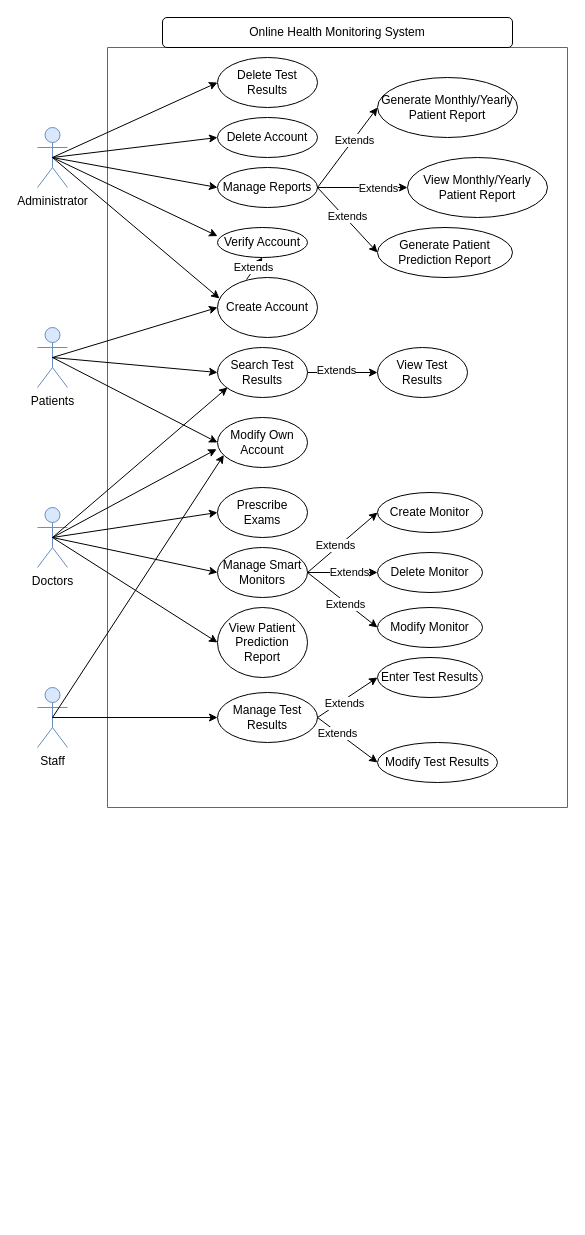
Earlier version of the draw.io diagram use-case.drawio (IndecentTulip/Online-Health-Monitoring-System). Source tidied: cells renumbered, new cells numbered last; positions are measured from the earlier drawing's top-left corner, leaving out a move shared by most shapes. Both pictures are drawn from the tidied source at 100%, with x=0, y=0 at pixel (37, 17).
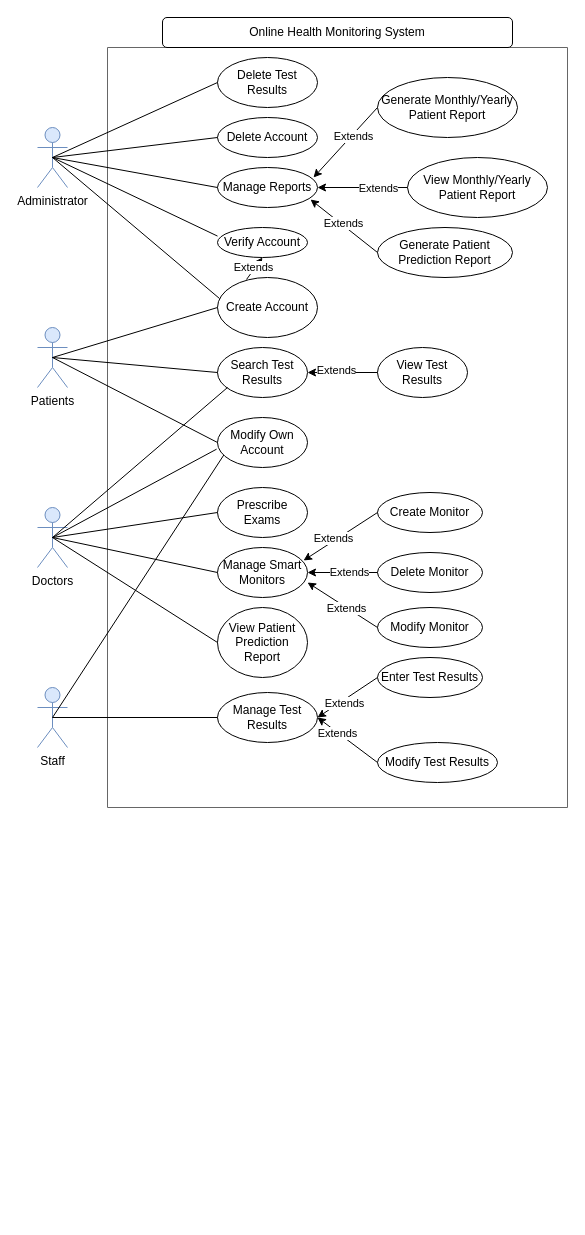
The same diagram, later.

Commit message:
Fixed lines and arrows

Unchanged cells that the change refers to:
```xml
<mxCell id="2" value="Doctors" style="shape=umlActor;verticalLabelPosition=bottom;verticalAlign=top;html=1;outlineConnect=0;fillColor=#dae8fc;strokeColor=#6c8ebf;" parent="1" vertex="1">
  <mxGeometry y="490" width="30" height="60" as="geometry" />
</mxCell>
<mxCell id="3" value="Administrator" style="shape=umlActor;verticalLabelPosition=bottom;verticalAlign=top;html=1;outlineConnect=0;fillColor=#dae8fc;strokeColor=#6c8ebf;" parent="1" vertex="1">
  <mxGeometry y="110" width="30" height="60" as="geometry" />
</mxCell>
<mxCell id="4" value="Staff" style="shape=umlActor;verticalLabelPosition=bottom;verticalAlign=top;html=1;outlineConnect=0;fillColor=#dae8fc;strokeColor=#6c8ebf;" parent="1" vertex="1">
  <mxGeometry y="670" width="30" height="60" as="geometry" />
</mxCell>
<mxCell id="5" value="Patients" style="shape=umlActor;verticalLabelPosition=bottom;verticalAlign=top;html=1;outlineConnect=0;fillColor=#dae8fc;strokeColor=#6c8ebf;" parent="1" vertex="1">
  <mxGeometry y="310" width="30" height="60" as="geometry" />
</mxCell>
<mxCell id="6" style="swimlane;startSize=0;fillColor=#f5f5f5;fontColor=#333333;strokeColor=#666666;" parent="1" vertex="1">
  <mxGeometry x="70" y="30" width="460" height="760" as="geometry" />
</mxCell>
<mxCell id="7" value="Verify Account" style="ellipse;whiteSpace=wrap;html=1;" parent="6" vertex="1">
  <mxGeometry x="110" y="180" width="90" height="30" as="geometry" />
</mxCell>
<mxCell id="8" value="Delete Account" style="ellipse;whiteSpace=wrap;html=1;" parent="6" vertex="1">
  <mxGeometry x="110" y="70" width="100" height="40" as="geometry" />
</mxCell>
<mxCell id="9" value="Create Account" style="ellipse;whiteSpace=wrap;html=1;" parent="6" vertex="1">
  <mxGeometry x="110" y="230" width="100" height="60" as="geometry" />
</mxCell>
<mxCell id="12" value="Modify Own Account" style="ellipse;whiteSpace=wrap;html=1;" parent="6" vertex="1">
  <mxGeometry x="110" y="370" width="90" height="50" as="geometry" />
</mxCell>
<mxCell id="13" value="Prescribe Exams" style="ellipse;whiteSpace=wrap;html=1;" parent="6" vertex="1">
  <mxGeometry x="110" y="440" width="90" height="50" as="geometry" />
</mxCell>
<mxCell id="14" value="Enter Test Results" style="ellipse;whiteSpace=wrap;html=1;" parent="6" vertex="1">
  <mxGeometry x="270" y="610" width="105" height="40" as="geometry" />
</mxCell>
<mxCell id="15" value="Delete Test Results" style="ellipse;whiteSpace=wrap;html=1;" parent="6" vertex="1">
  <mxGeometry x="110" y="10" width="100" height="50" as="geometry" />
</mxCell>
<mxCell id="16" value="Modify Test Results" style="ellipse;whiteSpace=wrap;html=1;" parent="6" vertex="1">
  <mxGeometry x="270" y="695" width="120" height="40" as="geometry" />
</mxCell>
<mxCell id="17" value="Search Test Results" style="ellipse;whiteSpace=wrap;html=1;" parent="6" vertex="1">
  <mxGeometry x="110" y="300" width="90" height="50" as="geometry" />
</mxCell>
<mxCell id="18" value="View Test Results" style="ellipse;whiteSpace=wrap;html=1;" parent="6" vertex="1">
  <mxGeometry x="270" y="300" width="90" height="50" as="geometry" />
</mxCell>
<mxCell id="21" value="Manage Smart Monitors" style="ellipse;whiteSpace=wrap;html=1;" parent="6" vertex="1">
  <mxGeometry x="110" y="500" width="90" height="50" as="geometry" />
</mxCell>
<mxCell id="22" value="Delete Monitor" style="ellipse;whiteSpace=wrap;html=1;" parent="6" vertex="1">
  <mxGeometry x="270" y="505" width="105" height="40" as="geometry" />
</mxCell>
<mxCell id="23" value="Modify Monitor" style="ellipse;whiteSpace=wrap;html=1;" parent="6" vertex="1">
  <mxGeometry x="270" y="560" width="105" height="40" as="geometry" />
</mxCell>
<mxCell id="28" value="Manage Reports" style="ellipse;whiteSpace=wrap;html=1;" parent="6" vertex="1">
  <mxGeometry x="110" y="120" width="100" height="40" as="geometry" />
</mxCell>
<mxCell id="29" value="Generate Monthly/Yearly Patient Report" style="ellipse;whiteSpace=wrap;html=1;" parent="6" vertex="1">
  <mxGeometry x="270" y="30" width="140" height="60" as="geometry" />
</mxCell>
<mxCell id="30" value="View Monthly/Yearly Patient Report" style="ellipse;whiteSpace=wrap;html=1;" parent="6" vertex="1">
  <mxGeometry x="300" y="110" width="140" height="60" as="geometry" />
</mxCell>
<mxCell id="31" value="Generate Patient Prediction Report" style="ellipse;whiteSpace=wrap;html=1;" parent="6" vertex="1">
  <mxGeometry x="270" y="180" width="135" height="50" as="geometry" />
</mxCell>
<mxCell id="38" value="View Patient Prediction Report" style="ellipse;whiteSpace=wrap;html=1;" parent="6" vertex="1">
  <mxGeometry x="110" y="560" width="90" height="70" as="geometry" />
</mxCell>
<mxCell id="39" value="Create Monitor" style="ellipse;whiteSpace=wrap;html=1;" parent="6" vertex="1">
  <mxGeometry x="270" y="445" width="105" height="40" as="geometry" />
</mxCell>
<mxCell id="42" value="Manage Test Results" style="ellipse;whiteSpace=wrap;html=1;" parent="6" vertex="1">
  <mxGeometry x="110" y="645" width="100" height="50" as="geometry" />
</mxCell>
```

Change to the diagram source:
```diff
@@
-    <mxCell id="19" style="endArrow=classic;html=1;rounded=0;entryX=0;entryY=0.5;entryDx=0;entryDy=0;exitX=1;exitY=0.5;exitDx=0;exitDy=0;" parent="6" edge="1" source="17" target="18">
+    <mxCell id="19" style="endArrow=none;html=1;rounded=0;entryX=0;entryY=0.5;entryDx=0;entryDy=0;exitX=1;exitY=0.5;exitDx=0;exitDy=0;startArrow=classic;startFill=1;endFill=0;" parent="6" edge="1" source="17" target="18">
       <mxGeometry relative="1" as="geometry" />
     </mxCell>
@@
-    <mxCell id="24" style="endArrow=classic;html=1;rounded=0;exitX=1;exitY=0.5;exitDx=0;exitDy=0;entryX=0;entryY=0.5;entryDx=0;entryDy=0;" parent="6" edge="1" source="21" target="22">
+    <mxCell id="24" style="endArrow=none;html=1;rounded=0;exitX=1;exitY=0.5;exitDx=0;exitDy=0;entryX=0;entryY=0.5;entryDx=0;entryDy=0;startArrow=classic;startFill=1;endFill=0;" parent="6" edge="1" source="21" target="22">
       <mxGeometry relative="1" as="geometry" />
     </mxCell>
@@
-    <mxCell id="26" style="endArrow=classic;html=1;rounded=0;exitX=1;exitY=0.5;exitDx=0;exitDy=0;entryX=0;entryY=0.5;entryDx=0;entryDy=0;" parent="6" edge="1" source="21" target="23">
+    <mxCell id="26" style="endArrow=none;html=1;rounded=0;exitX=1;exitY=0.7;exitDx=0;exitDy=0;entryX=0;entryY=0.5;entryDx=0;entryDy=0;startArrow=classic;startFill=1;endFill=0;exitPerimeter=0;" parent="6" edge="1" source="21" target="23">
       <mxGeometry relative="1" as="geometry" />
     </mxCell>
@@
-    <mxCell id="32" style="endArrow=classic;html=1;rounded=0;entryX=0;entryY=0.5;entryDx=0;entryDy=0;exitX=1;exitY=0.5;exitDx=0;exitDy=0;" parent="6" edge="1" source="28" target="31">
+    <mxCell id="32" style="endArrow=none;html=1;rounded=0;entryX=0;entryY=0.5;entryDx=0;entryDy=0;exitX=0.93;exitY=0.8;exitDx=0;exitDy=0;startArrow=classic;startFill=1;endFill=0;exitPerimeter=0;" parent="6" edge="1" source="28" target="31">
       <mxGeometry relative="1" as="geometry" />
     </mxCell>
@@
-    <mxCell id="34" style="endArrow=classic;html=1;rounded=0;entryX=0;entryY=0.5;entryDx=0;entryDy=0;exitX=1;exitY=0.5;exitDx=0;exitDy=0;" parent="6" edge="1" source="28" target="29">
+    <mxCell id="34" style="endArrow=none;html=1;rounded=0;entryX=0;entryY=0.5;entryDx=0;entryDy=0;exitX=0.96;exitY=0.25;exitDx=0;exitDy=0;startArrow=classic;startFill=1;endFill=0;exitPerimeter=0;" parent="6" edge="1" source="28" target="29">
       <mxGeometry relative="1" as="geometry" />
     </mxCell>
@@
-    <mxCell id="36" style="endArrow=classic;html=1;rounded=0;entryX=0;entryY=0.5;entryDx=0;entryDy=0;exitX=1;exitY=0.5;exitDx=0;exitDy=0;" parent="6" edge="1" source="28" target="30">
+    <mxCell id="36" style="endArrow=none;html=1;rounded=0;entryX=0;entryY=0.5;entryDx=0;entryDy=0;exitX=1;exitY=0.5;exitDx=0;exitDy=0;startArrow=classic;startFill=1;endFill=0;" parent="6" edge="1" source="28" target="30">
       <mxGeometry relative="1" as="geometry" />
     </mxCell>
@@
-    <mxCell id="40" style="endArrow=classic;html=1;rounded=0;exitX=1;exitY=0.5;exitDx=0;exitDy=0;entryX=0;entryY=0.5;entryDx=0;entryDy=0;" parent="6" edge="1" source="21" target="39">
+    <mxCell id="40" style="endArrow=none;html=1;rounded=0;exitX=0.956;exitY=0.26;exitDx=0;exitDy=0;entryX=0;entryY=0.5;entryDx=0;entryDy=0;startArrow=classic;startFill=1;endFill=0;exitPerimeter=0;" parent="6" edge="1" source="21" target="39">
       <mxGeometry relative="1" as="geometry" />
     </mxCell>
@@
-    <mxCell id="43" style="endArrow=classic;html=1;rounded=0;entryX=0;entryY=0.5;entryDx=0;entryDy=0;exitX=1;exitY=0.5;exitDx=0;exitDy=0;" parent="6" edge="1" source="42" target="16">
+    <mxCell id="43" style="endArrow=none;html=1;rounded=0;entryX=0;entryY=0.5;entryDx=0;entryDy=0;exitX=1;exitY=0.5;exitDx=0;exitDy=0;startArrow=classic;startFill=1;endFill=0;" parent="6" edge="1" source="42" target="16">
       <mxGeometry relative="1" as="geometry" />
     </mxCell>
@@
-    <mxCell id="45" style="endArrow=classic;html=1;rounded=0;exitX=1;exitY=0.5;exitDx=0;exitDy=0;entryX=0;entryY=0.5;entryDx=0;entryDy=0;" parent="6" edge="1" source="42" target="14">
+    <mxCell id="45" style="endArrow=none;html=1;rounded=0;exitX=1;exitY=0.5;exitDx=0;exitDy=0;entryX=0;entryY=0.5;entryDx=0;entryDy=0;startArrow=classic;startFill=1;endFill=0;" parent="6" edge="1" source="42" target="14">
       <mxGeometry relative="1" as="geometry" />
     </mxCell>
@@
-    <mxCell id="48" style="endArrow=classic;html=1;rounded=0;entryX=0;entryY=0.5;entryDx=0;entryDy=0;exitX=0.5;exitY=0.5;exitDx=0;exitDy=0;exitPerimeter=0;" parent="1" edge="1" source="5" target="9">
+    <mxCell id="48" style="endArrow=none;html=1;rounded=0;entryX=0;entryY=0.5;entryDx=0;entryDy=0;exitX=0.5;exitY=0.5;exitDx=0;exitDy=0;exitPerimeter=0;strokeColor=default;endFill=0;" parent="1" edge="1" source="5" target="9">
       <mxGeometry relative="1" as="geometry" />
     </mxCell>
-    <mxCell id="49" style="endArrow=classic;html=1;rounded=0;exitX=0.5;exitY=0.5;exitDx=0;exitDy=0;exitPerimeter=0;entryX=0;entryY=0.5;entryDx=0;entryDy=0;" parent="1" edge="1" source="3" target="8">
+    <mxCell id="49" style="endArrow=none;html=1;rounded=0;exitX=0.5;exitY=0.5;exitDx=0;exitDy=0;exitPerimeter=0;entryX=0;entryY=0.5;entryDx=0;entryDy=0;strokeColor=default;endFill=0;" parent="1" edge="1" source="3" target="8">
       <mxGeometry relative="1" as="geometry" />
     </mxCell>
-    <mxCell id="50" style="endArrow=classic;html=1;rounded=0;exitX=0.5;exitY=0.5;exitDx=0;exitDy=0;exitPerimeter=0;entryX=0.02;entryY=0.35;entryDx=0;entryDy=0;entryPerimeter=0;" parent="1" edge="1" source="3" target="9">
+    <mxCell id="50" style="endArrow=none;html=1;rounded=0;exitX=0.5;exitY=0.5;exitDx=0;exitDy=0;exitPerimeter=0;entryX=0.02;entryY=0.35;entryDx=0;entryDy=0;entryPerimeter=0;strokeColor=default;endFill=0;" parent="1" edge="1" source="3" target="9">
       <mxGeometry relative="1" as="geometry" />
     </mxCell>
-    <mxCell id="51" style="endArrow=classic;html=1;rounded=0;exitX=0.5;exitY=0.5;exitDx=0;exitDy=0;exitPerimeter=0;entryX=0;entryY=0.286;entryDx=0;entryDy=0;entryPerimeter=0;" parent="1" edge="1" source="3" target="7">
+    <mxCell id="51" style="endArrow=none;html=1;rounded=0;exitX=0.5;exitY=0.5;exitDx=0;exitDy=0;exitPerimeter=0;entryX=0;entryY=0.286;entryDx=0;entryDy=0;entryPerimeter=0;strokeColor=default;endFill=0;" parent="1" edge="1" source="3" target="7">
       <mxGeometry relative="1" as="geometry" />
     </mxCell>
-    <mxCell id="52" style="endArrow=classic;html=1;rounded=0;exitX=0.5;exitY=0.5;exitDx=0;exitDy=0;exitPerimeter=0;entryX=0;entryY=0.5;entryDx=0;entryDy=0;" parent="1" edge="1" source="5" target="12">
+    <mxCell id="52" style="endArrow=none;html=1;rounded=0;exitX=0.5;exitY=0.5;exitDx=0;exitDy=0;exitPerimeter=0;entryX=0;entryY=0.5;entryDx=0;entryDy=0;strokeColor=default;endFill=0;" parent="1" edge="1" source="5" target="12">
       <mxGeometry relative="1" as="geometry" />
     </mxCell>
-    <mxCell id="53" style="endArrow=classic;html=1;rounded=0;exitX=0.5;exitY=0.5;exitDx=0;exitDy=0;exitPerimeter=0;entryX=0.07;entryY=0.75;entryDx=0;entryDy=0;entryPerimeter=0;" parent="1" edge="1" source="4" target="12">
+    <mxCell id="53" style="endArrow=none;html=1;rounded=0;exitX=0.5;exitY=0.5;exitDx=0;exitDy=0;exitPerimeter=0;entryX=0.07;entryY=0.75;entryDx=0;entryDy=0;entryPerimeter=0;strokeColor=default;endFill=0;" parent="1" edge="1" source="4" target="12">
       <mxGeometry relative="1" as="geometry" />
     </mxCell>
-    <mxCell id="54" style="endArrow=classic;html=1;rounded=0;exitX=0.5;exitY=0.5;exitDx=0;exitDy=0;exitPerimeter=0;entryX=-0.01;entryY=0.633;entryDx=0;entryDy=0;entryPerimeter=0;" parent="1" edge="1" source="2" target="12">
+    <mxCell id="54" style="endArrow=none;html=1;rounded=0;exitX=0.5;exitY=0.5;exitDx=0;exitDy=0;exitPerimeter=0;entryX=-0.01;entryY=0.633;entryDx=0;entryDy=0;entryPerimeter=0;strokeColor=default;endFill=0;" parent="1" edge="1" source="2" target="12">
       <mxGeometry relative="1" as="geometry" />
     </mxCell>
-    <mxCell id="55" style="endArrow=classic;html=1;rounded=0;exitX=0.5;exitY=0.5;exitDx=0;exitDy=0;exitPerimeter=0;entryX=0;entryY=0.5;entryDx=0;entryDy=0;" parent="1" edge="1" source="2" target="13">
+    <mxCell id="55" style="endArrow=none;html=1;rounded=0;exitX=0.5;exitY=0.5;exitDx=0;exitDy=0;exitPerimeter=0;entryX=0;entryY=0.5;entryDx=0;entryDy=0;strokeColor=default;endFill=0;" parent="1" edge="1" source="2" target="13">
       <mxGeometry relative="1" as="geometry" />
     </mxCell>
-    <mxCell id="56" style="endArrow=classic;html=1;rounded=0;exitX=0.5;exitY=0.5;exitDx=0;exitDy=0;exitPerimeter=0;entryX=0;entryY=0.5;entryDx=0;entryDy=0;" parent="1" edge="1" source="3" target="15">
+    <mxCell id="56" style="endArrow=none;html=1;rounded=0;exitX=0.5;exitY=0.5;exitDx=0;exitDy=0;exitPerimeter=0;entryX=0;entryY=0.5;entryDx=0;entryDy=0;strokeColor=default;endFill=0;" parent="1" edge="1" source="3" target="15">
       <mxGeometry relative="1" as="geometry" />
     </mxCell>
-    <mxCell id="57" style="endArrow=classic;html=1;rounded=0;entryX=0;entryY=0.5;entryDx=0;entryDy=0;exitX=0.5;exitY=0.5;exitDx=0;exitDy=0;exitPerimeter=0;" parent="1" edge="1" source="5" target="17">
+    <mxCell id="57" style="endArrow=none;html=1;rounded=0;entryX=0;entryY=0.5;entryDx=0;entryDy=0;exitX=0.5;exitY=0.5;exitDx=0;exitDy=0;exitPerimeter=0;strokeColor=default;endFill=0;" parent="1" edge="1" source="5" target="17">
       <mxGeometry relative="1" as="geometry" />
     </mxCell>
-    <mxCell id="58" style="endArrow=classic;html=1;rounded=0;exitX=0.5;exitY=0.5;exitDx=0;exitDy=0;exitPerimeter=0;" parent="1" edge="1" source="2">
+    <mxCell id="58" style="endArrow=none;html=1;rounded=0;exitX=0.5;exitY=0.5;exitDx=0;exitDy=0;exitPerimeter=0;strokeColor=default;endFill=0;" parent="1" edge="1" source="2">
       <mxGeometry relative="1" as="geometry">
         <mxPoint x="190" y="370" as="targetPoint" />
       </mxGeometry>
     </mxCell>
-    <mxCell id="59" style="endArrow=classic;html=1;rounded=0;exitX=0.5;exitY=0.5;exitDx=0;exitDy=0;exitPerimeter=0;entryX=0;entryY=0.5;entryDx=0;entryDy=0;" parent="1" edge="1" source="2" target="21">
+    <mxCell id="59" style="endArrow=none;html=1;rounded=0;exitX=0.5;exitY=0.5;exitDx=0;exitDy=0;exitPerimeter=0;entryX=0;entryY=0.5;entryDx=0;entryDy=0;strokeColor=default;endFill=0;" parent="1" edge="1" source="2" target="21">
       <mxGeometry relative="1" as="geometry" />
     </mxCell>
-    <mxCell id="60" style="endArrow=classic;html=1;rounded=0;exitX=0.5;exitY=0.5;exitDx=0;exitDy=0;exitPerimeter=0;entryX=0;entryY=0.5;entryDx=0;entryDy=0;" parent="1" edge="1" source="3" target="28">
+    <mxCell id="60" style="endArrow=none;html=1;rounded=0;exitX=0.5;exitY=0.5;exitDx=0;exitDy=0;exitPerimeter=0;entryX=0;entryY=0.5;entryDx=0;entryDy=0;strokeColor=default;endFill=0;" parent="1" edge="1" source="3" target="28">
       <mxGeometry relative="1" as="geometry" />
     </mxCell>
-    <mxCell id="61" style="endArrow=classic;html=1;rounded=0;exitX=0.5;exitY=0.5;exitDx=0;exitDy=0;exitPerimeter=0;entryX=0;entryY=0.5;entryDx=0;entryDy=0;" parent="1" edge="1" source="4" target="42">
+    <mxCell id="61" style="endArrow=none;html=1;rounded=0;exitX=0.5;exitY=0.5;exitDx=0;exitDy=0;exitPerimeter=0;entryX=0;entryY=0.5;entryDx=0;entryDy=0;strokeColor=default;endFill=0;" parent="1" edge="1" source="4" target="42">
       <mxGeometry relative="1" as="geometry" />
     </mxCell>
-    <mxCell id="62" style="endArrow=classic;html=1;rounded=0;exitX=0.5;exitY=0.5;exitDx=0;exitDy=0;exitPerimeter=0;entryX=0;entryY=0.5;entryDx=0;entryDy=0;" parent="1" edge="1" source="2" target="38">
+    <mxCell id="62" style="endArrow=none;html=1;rounded=0;exitX=0.5;exitY=0.5;exitDx=0;exitDy=0;exitPerimeter=0;entryX=0;entryY=0.5;entryDx=0;entryDy=0;strokeColor=default;endFill=0;" parent="1" edge="1" source="2" target="38">
       <mxGeometry relative="1" as="geometry" />
     </mxCell>
```
